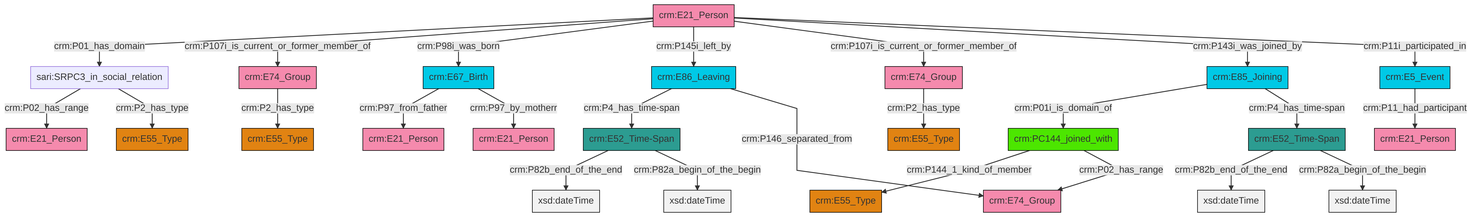
Before: et/personCSV/ttl/mmd/png/Person_Actor_Relations.png, a diagram exported from Mermaid (swiss-art-research-net/reference-data-models). Its source is kept beside it as et/personCSV/ttl/mmd/Person_Actor_Relations.ttl.mmd.
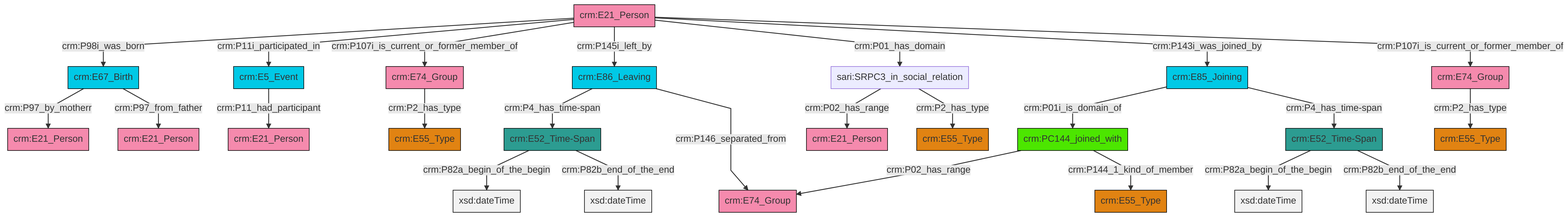
After the commit.

What changed in the source:
```diff
@@ -13,27 +13,27 @@
 classDef PC_Classes fill:#4ce600, stroke:#000000;
 classDef Multi fill:#cccccc,stroke:#000000;
 
-0["crm:E86_Leaving"]:::Temporal_Entity -->|crm:P4_has_time-span| 1["crm:E52_Time-Span"]:::Time-Span
-2["crm:E85_Joining"]:::Temporal_Entity -->|crm:P01i_is_domain_of| 3["crm:PC144_joined_with"]:::PC_Classes
-4["crm:E67_Birth"]:::Temporal_Entity -->|crm:P97_from_father| 5["crm:E21_Person"]:::Actor
-6["crm:E21_Person"]:::Actor -->|crm:P01_has_domain| 7["sari:SRPC3_in_social_relation"]:::Default
-3["crm:PC144_joined_with"]:::PC_Classes -->|crm:P144_1_kind_of_member| 12["crm:E55_Type"]:::Type
-1["crm:E52_Time-Span"]:::Time-Span -->|crm:P82b_end_of_the_end| 15[xsd:dateTime]:::Literal
-7["sari:SRPC3_in_social_relation"]:::Default -->|crm:P02_has_range| 23["crm:E21_Person"]:::Actor
-6["crm:E21_Person"]:::Actor -->|crm:P107i_is_current_or_former_member_of| 28["crm:E74_Group"]:::Actor
-6["crm:E21_Person"]:::Actor -->|crm:P98i_was_born| 4["crm:E67_Birth"]:::Temporal_Entity
-10["crm:E5_Event"]:::Temporal_Entity -->|crm:P11_had_participant| 32["crm:E21_Person"]:::Actor
-6["crm:E21_Person"]:::Actor -->|crm:P145i_left_by| 0["crm:E86_Leaving"]:::Temporal_Entity
-6["crm:E21_Person"]:::Actor -->|crm:P107i_is_current_or_former_member_of| 8["crm:E74_Group"]:::Actor
-4["crm:E67_Birth"]:::Temporal_Entity -->|crm:P97_by_motherr| 26["crm:E21_Person"]:::Actor
-37["crm:E52_Time-Span"]:::Time-Span -->|crm:P82b_end_of_the_end| 38[xsd:dateTime]:::Literal
-28["crm:E74_Group"]:::Actor -->|crm:P2_has_type| 24["crm:E55_Type"]:::Type
-1["crm:E52_Time-Span"]:::Time-Span -->|crm:P82a_begin_of_the_begin| 41[xsd:dateTime]:::Literal
-37["crm:E52_Time-Span"]:::Time-Span -->|crm:P82a_begin_of_the_begin| 42[xsd:dateTime]:::Literal
-7["sari:SRPC3_in_social_relation"]:::Default -->|crm:P2_has_type| 13["crm:E55_Type"]:::Type
-3["crm:PC144_joined_with"]:::PC_Classes -->|crm:P02_has_range| 18["crm:E74_Group"]:::Actor
-6["crm:E21_Person"]:::Actor -->|crm:P143i_was_joined_by| 2["crm:E85_Joining"]:::Temporal_Entity
-8["crm:E74_Group"]:::Actor -->|crm:P2_has_type| 33["crm:E55_Type"]:::Type
-2["crm:E85_Joining"]:::Temporal_Entity -->|crm:P4_has_time-span| 37["crm:E52_Time-Span"]:::Time-Span
-6["crm:E21_Person"]:::Actor -->|crm:P11i_participated_in| 10["crm:E5_Event"]:::Temporal_Entity
-0["crm:E86_Leaving"]:::Temporal_Entity -->|crm:P146_separated_from| 18["crm:E74_Group"]:::Actor
+0["crm:E67_Birth"]:::Temporal_Entity -->|crm:P97_by_motherr| 1["crm:E21_Person"]:::Actor
+4["crm:E21_Person"]:::Actor -->|crm:P98i_was_born| 0["crm:E67_Birth"]:::Temporal_Entity
+4["crm:E21_Person"]:::Actor -->|crm:P11i_participated_in| 5["crm:E5_Event"]:::Temporal_Entity
+6["crm:E52_Time-Span"]:::Time-Span -->|crm:P82a_begin_of_the_begin| 7[xsd:dateTime]:::Literal
+12["crm:E85_Joining"]:::Temporal_Entity -->|crm:P01i_is_domain_of| 13["crm:PC144_joined_with"]:::PC_Classes
+17["crm:E86_Leaving"]:::Temporal_Entity -->|crm:P4_has_time-span| 15["crm:E52_Time-Span"]:::Time-Span
+15["crm:E52_Time-Span"]:::Time-Span -->|crm:P82a_begin_of_the_begin| 18[xsd:dateTime]:::Literal
+4["crm:E21_Person"]:::Actor -->|crm:P107i_is_current_or_former_member_of| 19["crm:E74_Group"]:::Actor
+15["crm:E52_Time-Span"]:::Time-Span -->|crm:P82b_end_of_the_end| 21[xsd:dateTime]:::Literal
+6["crm:E52_Time-Span"]:::Time-Span -->|crm:P82b_end_of_the_end| 22[xsd:dateTime]:::Literal
+4["crm:E21_Person"]:::Actor -->|crm:P145i_left_by| 17["crm:E86_Leaving"]:::Temporal_Entity
+17["crm:E86_Leaving"]:::Temporal_Entity -->|crm:P146_separated_from| 26["crm:E74_Group"]:::Actor
+4["crm:E21_Person"]:::Actor -->|crm:P01_has_domain| 2["sari:SRPC3_in_social_relation"]:::Default
+19["crm:E74_Group"]:::Actor -->|crm:P2_has_type| 28["crm:E55_Type"]:::Type
+13["crm:PC144_joined_with"]:::PC_Classes -->|crm:P02_has_range| 26["crm:E74_Group"]:::Actor
+2["sari:SRPC3_in_social_relation"]:::Default -->|crm:P02_has_range| 29["crm:E21_Person"]:::Actor
+5["crm:E5_Event"]:::Temporal_Entity -->|crm:P11_had_participant| 24["crm:E21_Person"]:::Actor
+2["sari:SRPC3_in_social_relation"]:::Default -->|crm:P2_has_type| 31["crm:E55_Type"]:::Type
+0["crm:E67_Birth"]:::Temporal_Entity -->|crm:P97_from_father| 10["crm:E21_Person"]:::Actor
+40["crm:E74_Group"]:::Actor -->|crm:P2_has_type| 33["crm:E55_Type"]:::Type
+4["crm:E21_Person"]:::Actor -->|crm:P143i_was_joined_by| 12["crm:E85_Joining"]:::Temporal_Entity
+12["crm:E85_Joining"]:::Temporal_Entity -->|crm:P4_has_time-span| 6["crm:E52_Time-Span"]:::Time-Span
+13["crm:PC144_joined_with"]:::PC_Classes -->|crm:P144_1_kind_of_member| 8["crm:E55_Type"]:::Type
+4["crm:E21_Person"]:::Actor -->|crm:P107i_is_current_or_former_member_of| 40["crm:E74_Group"]:::Actor
```
